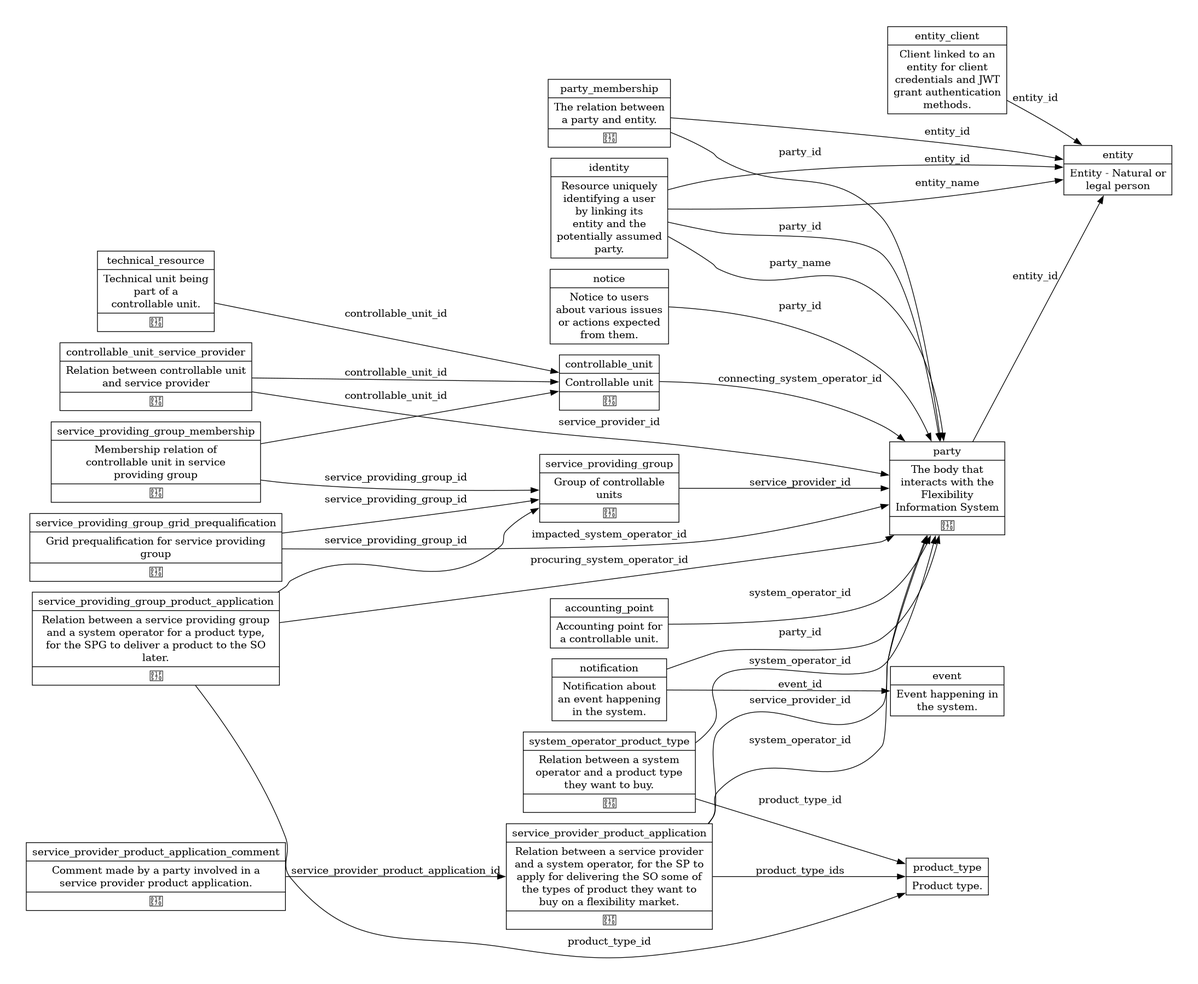
The PlantUML diagram docs/diagrams/resources.png in elhub/flex-information-system, before a commit. Its source is kept beside it as docs/diagrams/resources.plantuml. Its diagram source:
```plantuml
@startdot resources
digraph flex {
    // Generated by local/scripts/resources_to_diagram.py
    graph [ rankdir=LR; pad=0.5; nodesep=0.2; ranksep=-1;]
    node [ shape=record; ]
    controllable_unit    [label="{controllable_unit}|{Controllable unit}|{🕰️}" shape=record style=solid]
    controllable_unit -> party     [label=connecting_system_operator_id]
    controllable_unit_service_provider    [label="{controllable_unit_service_provider}|{Relation between controllable unit\nand service provider}|{🕰️}" shape=record style=solid]
    controllable_unit_service_provider -> controllable_unit     [label=controllable_unit_id]
    controllable_unit_service_provider -> party     [label=service_provider_id]
    service_providing_group    [label="{service_providing_group}|{Group of controllable\nunits}|{🕰️}" shape=record style=solid]
    service_providing_group -> party     [label=service_provider_id]
    service_providing_group_membership    [label="{service_providing_group_membership}|{Membership relation of\ncontrollable unit in service\nproviding group}|{🕰️}" shape=record style=solid]
    service_providing_group_membership -> controllable_unit     [label=controllable_unit_id]
    service_providing_group_membership -> service_providing_group     [label=service_providing_group_id]
    service_providing_group_grid_prequalification    [label="{service_providing_group_grid_prequalification}|{Grid prequalification for service providing\ngroup}|{🕰️}" shape=record style=solid]
    service_providing_group_grid_prequalification -> service_providing_group     [label=service_providing_group_id]
    service_providing_group_grid_prequalification -> party     [label=impacted_system_operator_id]
    entity    [label="{entity}|{Entity - Natural or\nlegal person}" shape=record style=solid]
    entity_client    [label="{entity_client}|{Client linked to an\nentity for client\ncredentials and JWT\ngrant authentication\nmethods.}" shape=record style=solid]
    entity_client -> entity     [label=entity_id]
    party    [label="{party}|{The body that\ninteracts with the\nFlexibility\nInformation System}|{🕰️}" shape=record style=solid]
    party -> entity     [label=entity_id]
    party_membership    [label="{party_membership}|{The relation between\na party and entity.}|{🕰️}" shape=record style=solid]
    party_membership -> party     [label=party_id]
    party_membership -> entity     [label=entity_id]
    identity    [label="{identity}|{Resource uniquely\nidentifying a user\nby linking its\nentity and the\npotentially assumed\nparty.}" shape=record style=solid]
    identity -> entity     [label=entity_id]
    identity -> entity     [label=entity_name]
    identity -> party     [label=party_id]
    identity -> party     [label=party_name]
    technical_resource    [label="{technical_resource}|{Technical unit being\npart of a\ncontrollable unit.}|{🕰️}" shape=record style=solid]
    technical_resource -> controllable_unit     [label=controllable_unit_id]
    event    [label="{event}|{Event happening in\nthe system.}" shape=record style=solid]
    notification    [label="{notification}|{Notification about\nan event happening\nin the system.}" shape=record style=solid]
    notification -> event     [label=event_id]
    notification -> party     [label=party_id]
    accounting_point    [label="{accounting_point}|{Accounting point for\na controllable unit.}" shape=record style=solid]
    accounting_point -> party     [label=system_operator_id]
    product_type    [label="{product_type}|{Product type.}" shape=record style=solid]
    system_operator_product_type    [label="{system_operator_product_type}|{Relation between a system\noperator and a product type\nthey want to buy.}|{🕰️}" shape=record style=solid]
    system_operator_product_type -> party     [label=system_operator_id]
    system_operator_product_type -> product_type     [label=product_type_id]
    service_provider_product_application    [label="{service_provider_product_application}|{Relation between a service provider\nand a system operator, for the SP to\napply for delivering the SO some of\nthe types of product they want to\nbuy on a flexibility market.}|{🕰️}" shape=record style=solid]
    service_provider_product_application -> party     [label=service_provider_id]
    service_provider_product_application -> party     [label=system_operator_id]
    service_provider_product_application -> product_type     [label=product_type_ids]
    service_provider_product_application_comment    [label="{service_provider_product_application_comment}|{Comment made by a party involved in a\nservice provider product application.}|{🕰️}" shape=record style=solid]
    service_provider_product_application_comment -> service_provider_product_application     [label=service_provider_product_application_id]
    service_providing_group_product_application    [label="{service_providing_group_product_application}|{Relation between a service providing group\nand a system operator for a product type,\nfor the SPG to deliver a product to the SO\nlater.}|{🕰️}" shape=record style=solid]
    service_providing_group_product_application -> service_providing_group     [label=service_providing_group_id]
    service_providing_group_product_application -> party     [label=procuring_system_operator_id]
    service_providing_group_product_application -> product_type     [label=product_type_id]
    notice    [label="{notice}|{Notice to users\nabout various issues\nor actions expected\nfrom them.}" shape=record style=solid]
    notice -> party     [label=party_id]
}
@enddot
```
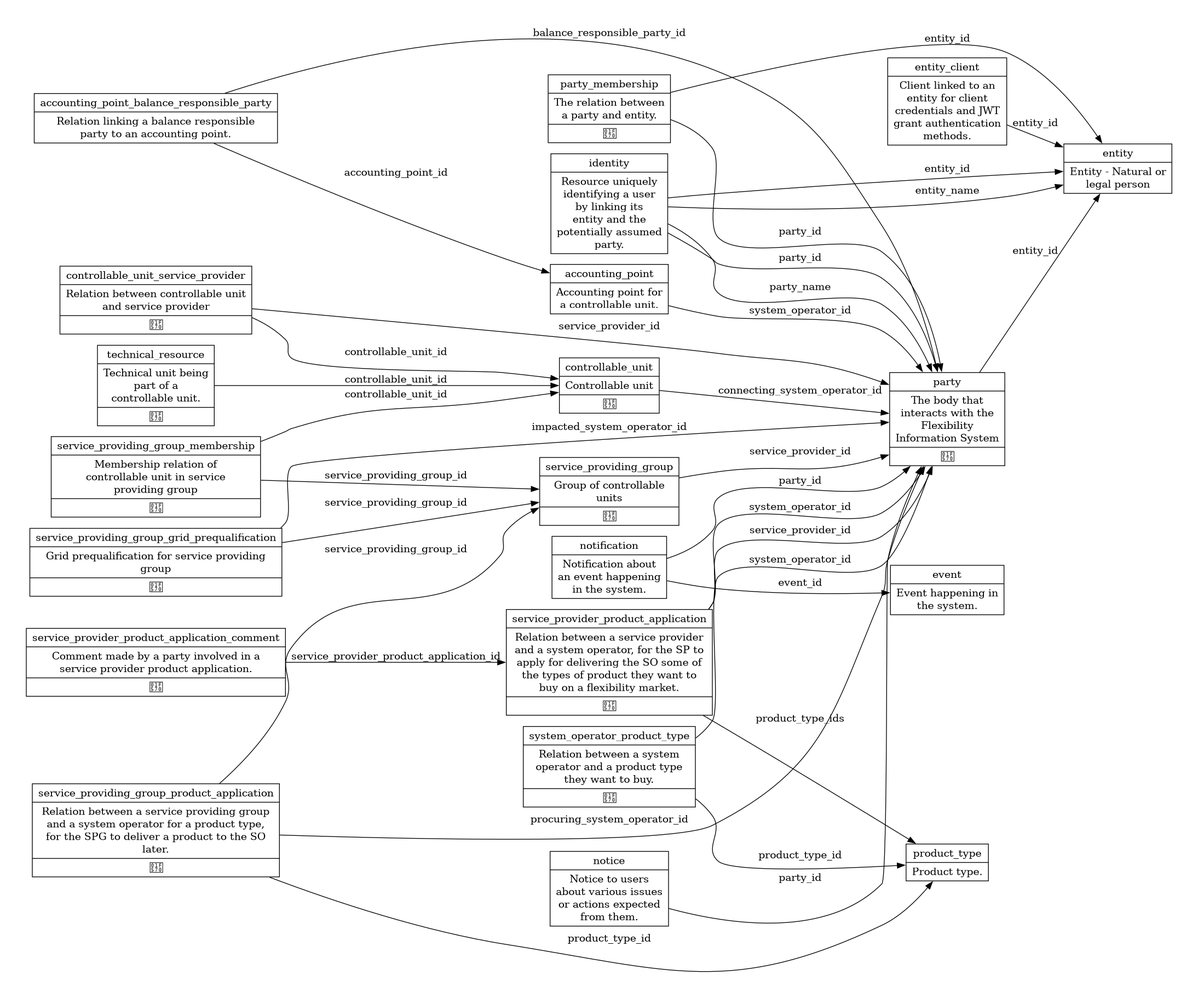
After the change.

Change to the diagram source:
```diff
@@ -37,6 +37,9 @@
     notification -> party     [label=party_id]
     accounting_point    [label="{accounting_point}|{Accounting point for\na controllable unit.}" shape=record style=solid]
     accounting_point -> party     [label=system_operator_id]
+    accounting_point_balance_responsible_party    [label="{accounting_point_balance_responsible_party}|{Relation linking a balance responsible\nparty to an accounting point.}" shape=record style=solid]
+    accounting_point_balance_responsible_party -> accounting_point     [label=accounting_point_id]
+    accounting_point_balance_responsible_party -> party     [label=balance_responsible_party_id]
     product_type    [label="{product_type}|{Product type.}" shape=record style=solid]
     system_operator_product_type    [label="{system_operator_product_type}|{Relation between a system\noperator and a product type\nthey want to buy.}|{🕰️}" shape=record style=solid]
     system_operator_product_type -> party     [label=system_operator_id]
```
